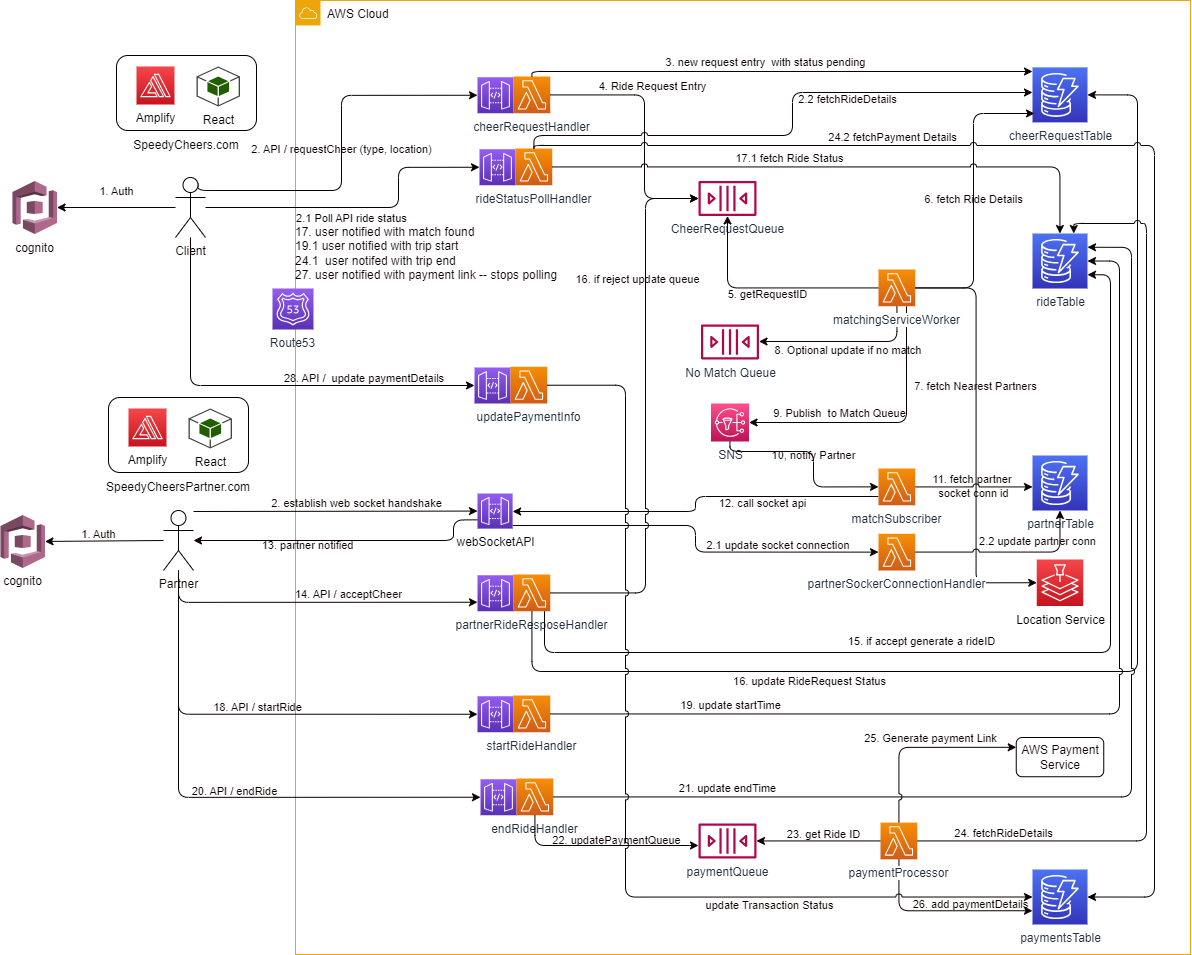
Before: speedycheersArch.png, a diagram exported from draw.io (nik333adi/diligent-nikhil-excercise2). Source tidied: cells renumbered, new cells last; positions are measured from the earlier drawing's top-left corner, leaving out a move shared by most shapes.
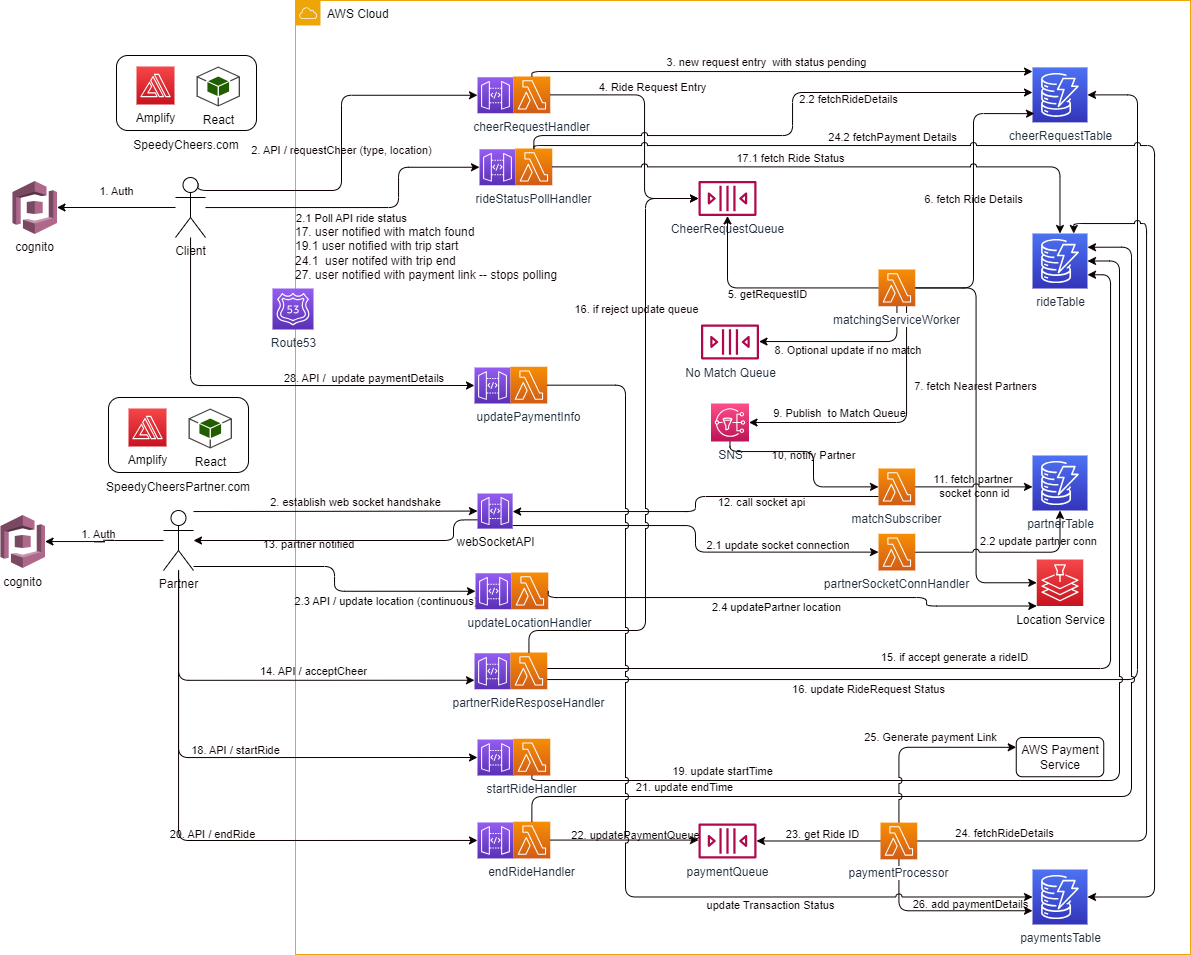
Above is the later version.

Change to the diagram source:
```diff
@@ -206,7 +206,7 @@
     <mxCell id="45" style="edgeStyle=orthogonalEdgeStyle;jumpStyle=arc;html=1;entryX=0;entryY=0.75;entryDx=0;entryDy=0;entryPerimeter=0;labelBackgroundColor=none;strokeColor=#0a0000;fontColor=#0e0101;startArrow=none;startFill=0;" parent="1" edge="1" source="49" target="63">
       <mxGeometry relative="1" as="geometry">
         <Array as="points">
-          <mxPoint x="178" y="602" />
+          <mxPoint x="178" y="680" />
         </Array>
       </mxGeometry>
     </mxCell>
@@ -218,17 +218,30 @@
     <mxCell id="47" value="18. API / startRide" style="edgeStyle=orthogonalEdgeStyle;jumpStyle=arc;html=1;entryX=0;entryY=0.5;entryDx=0;entryDy=0;entryPerimeter=0;labelBackgroundColor=none;strokeColor=#0a0000;fontColor=#0e0101;startArrow=none;startFill=0;" parent="1" edge="1" source="49" target="79">
       <mxGeometry y="7" relative="1" as="geometry">
         <Array as="points">
-          <mxPoint x="178" y="714" />
+          <mxPoint x="178" y="757" />
         </Array>
       </mxGeometry>
     </mxCell>
     <mxCell id="48" value="20. API / endRide" style="edgeStyle=orthogonalEdgeStyle;jumpStyle=arc;html=1;entryX=0;entryY=0.5;entryDx=0;entryDy=0;entryPerimeter=0;labelBackgroundColor=none;strokeColor=#0a0000;fontColor=#0e0101;startArrow=none;startFill=0;" parent="1" edge="1" source="49" target="82">
       <mxGeometry x="0.07" y="6" relative="1" as="geometry">
         <Array as="points">
-          <mxPoint x="178" y="797" />
+          <mxPoint x="178" y="840" />
         </Array>
       </mxGeometry>
     </mxCell>
+    <mxCell id="109" style="edgeStyle=orthogonalEdgeStyle;html=1;entryX=0;entryY=0.5;entryDx=0;entryDy=0;entryPerimeter=0;labelBackgroundColor=none;fontColor=#000000;strokeColor=#050000;" parent="1" edge="1" source="49" target="112">
+      <mxGeometry relative="1" as="geometry">
+        <Array as="points">
+          <mxPoint x="334" y="566" />
+          <mxPoint x="334" y="591" />
+        </Array>
+      </mxGeometry>
+    </mxCell>
+    <mxCell id="110" value="2.3 API / update location (continuous)&amp;nbsp;" style="edgeLabel;html=1;align=center;verticalAlign=middle;fontColor=#000000;labelBackgroundColor=none;" parent="109" vertex="1">
+      <mxGeometry x="-0.21" y="2" relative="1" as="geometry">
+        <mxPoint x="73" y="37" as="offset" />
+      </mxGeometry>
+    </mxCell>
     <mxCell id="49" value="Partner" style="shape=umlActor;verticalLabelPosition=bottom;verticalAlign=top;html=1;outlineConnect=0;labelBackgroundColor=none;strokeColor=#000000;fontColor=#0e0101;fillColor=default;" parent="1" vertex="1">
       <mxGeometry x="163" y="510" width="30" height="60" as="geometry" />
     </mxCell>
@@ -281,7 +294,7 @@
       <mxGeometry x="1032" y="455" width="55" height="55" as="geometry" />
     </mxCell>
     <mxCell id="62" style="group;" parent="1" vertex="1">
-      <mxGeometry x="477" y="574" width="72.8" height="36.8" as="geometry" />
+      <mxGeometry x="474" y="652" width="72.8" height="36.8" as="geometry" />
     </mxCell>
     <mxCell id="63" style="points=[[0,0,0],[0.25,0,0],[0.5,0,0],[0.75,0,0],[1,0,0],[0,1,0],[0.25,1,0],[0.5,1,0],[0.75,1,0],[1,1,0],[0,0.25,0],[0,0.5,0],[0,0.75,0],[1,0.25,0],[1,0.5,0],[1,0.75,0]];outlineConnect=0;fontColor=#000000;gradientColor=#945DF2;gradientDirection=north;fillColor=#5A30B5;strokeColor=#ffffff;dashed=0;verticalLabelPosition=bottom;verticalAlign=top;align=center;html=1;fontSize=12;fontStyle=0;shape=mxgraph.aws4.resourceIcon;resIcon=mxgraph.aws4.api_gateway;labelBackgroundColor=none;" parent="62" vertex="1">
       <mxGeometry y="0.8" width="36" height="36" as="geometry" />
@@ -292,8 +305,7 @@
     <mxCell id="65" style="edgeStyle=orthogonalEdgeStyle;jumpStyle=arc;html=1;entryX=1;entryY=0.5;entryDx=0;entryDy=0;entryPerimeter=0;labelBackgroundColor=none;strokeColor=#0a0000;fontColor=#0e0101;startArrow=none;startFill=0;" parent="1" edge="1" source="64" target="20">
       <mxGeometry relative="1" as="geometry">
         <Array as="points">
-          <mxPoint x="531" y="671" />
-          <mxPoint x="1137" y="671" />
+          <mxPoint x="1137" y="679" />
           <mxPoint x="1137" y="94" />
         </Array>
       </mxGeometry>
@@ -306,8 +318,7 @@
     <mxCell id="67" value="15. if accept generate a rideID" style="edgeStyle=orthogonalEdgeStyle;jumpStyle=arc;html=1;entryX=1;entryY=0.75;entryDx=0;entryDy=0;entryPerimeter=0;labelBackgroundColor=none;strokeColor=#0a0000;fontColor=#0e0101;startArrow=none;startFill=0;" parent="1" edge="1" source="64" target="21">
       <mxGeometry x="-0.17" y="11" relative="1" as="geometry">
         <Array as="points">
-          <mxPoint x="544" y="652" />
-          <mxPoint x="1110" y="652" />
+          <mxPoint x="1110" y="668" />
           <mxPoint x="1110" y="274" />
         </Array>
       </mxGeometry>
@@ -315,7 +326,8 @@
     <mxCell id="68" style="edgeStyle=orthogonalEdgeStyle;jumpStyle=arc;html=1;labelBackgroundColor=none;strokeColor=#0a0000;fontColor=#0e0101;startArrow=none;startFill=0;" parent="1" edge="1" source="64" target="24">
       <mxGeometry relative="1" as="geometry">
         <Array as="points">
-          <mxPoint x="645" y="592" />
+          <mxPoint x="528" y="630" />
+          <mxPoint x="645" y="630" />
           <mxPoint x="645" y="198" />
         </Array>
       </mxGeometry>
@@ -352,14 +364,14 @@
         <mxPoint x="29" y="-7" as="offset" />
       </mxGeometry>
     </mxCell>
-    <mxCell id="76" value="partnerSockerConnectionHandler" style="points=[[0,0,0],[0.25,0,0],[0.5,0,0],[0.75,0,0],[1,0,0],[0,1,0],[0.25,1,0],[0.5,1,0],[0.75,1,0],[1,1,0],[0,0.25,0],[0,0.5,0],[0,0.75,0],[1,0.25,0],[1,0.5,0],[1,0.75,0]];outlineConnect=0;fontColor=#232F3E;gradientColor=#F78E04;gradientDirection=north;fillColor=#D05C17;strokeColor=#ffffff;dashed=0;verticalLabelPosition=bottom;verticalAlign=top;align=center;html=1;fontSize=12;fontStyle=0;shape=mxgraph.aws4.resourceIcon;resIcon=mxgraph.aws4.lambda;labelBackgroundColor=#FFFFFF;" parent="1" vertex="1">
+    <mxCell id="76" value="partnerSocketConnHandler" style="points=[[0,0,0],[0.25,0,0],[0.5,0,0],[0.75,0,0],[1,0,0],[0,1,0],[0.25,1,0],[0.5,1,0],[0.75,1,0],[1,1,0],[0,0.25,0],[0,0.5,0],[0,0.75,0],[1,0.25,0],[1,0.5,0],[1,0.75,0]];outlineConnect=0;fontColor=#232F3E;gradientColor=#F78E04;gradientDirection=north;fillColor=#D05C17;strokeColor=#ffffff;dashed=0;verticalLabelPosition=bottom;verticalAlign=top;align=center;html=1;fontSize=12;fontStyle=0;shape=mxgraph.aws4.resourceIcon;resIcon=mxgraph.aws4.lambda;labelBackgroundColor=#FFFFFF;" parent="1" vertex="1">
       <mxGeometry x="878" y="533.2" width="36.8" height="36.8" as="geometry" />
     </mxCell>
     <mxCell id="77" value="&lt;div style=&quot;&quot;&gt;&lt;span style=&quot;background-color: initial;&quot;&gt;17. user notified with match found&amp;nbsp;&lt;/span&gt;&lt;/div&gt;19.1 user notified with trip start&lt;br&gt;24.1&amp;nbsp; user notifed with trip end&amp;nbsp;&lt;br&gt;27. user notified with payment link -- stops polling" style="text;html=1;strokeColor=none;fillColor=none;align=left;verticalAlign=middle;whiteSpace=wrap;rounded=0;labelBackgroundColor=none;fontColor=#0e0101;" parent="1" vertex="1">
       <mxGeometry x="293" y="225" width="286" height="56" as="geometry" />
     </mxCell>
     <mxCell id="78" style="group;" parent="1" vertex="1">
-      <mxGeometry x="477" y="695" width="72.8" height="36.8" as="geometry" />
+      <mxGeometry x="477" y="738.2" width="72.8" height="36.8" as="geometry" />
     </mxCell>
     <mxCell id="79" style="points=[[0,0,0],[0.25,0,0],[0.5,0,0],[0.75,0,0],[1,0,0],[0,1,0],[0.25,1,0],[0.5,1,0],[0.75,1,0],[1,1,0],[0,0.25,0],[0,0.5,0],[0,0.75,0],[1,0.25,0],[1,0.5,0],[1,0.75,0]];outlineConnect=0;fontColor=#000000;gradientColor=#945DF2;gradientDirection=north;fillColor=#5A30B5;strokeColor=#ffffff;dashed=0;verticalLabelPosition=bottom;verticalAlign=top;align=center;html=1;fontSize=12;fontStyle=0;shape=mxgraph.aws4.resourceIcon;resIcon=mxgraph.aws4.api_gateway;labelBackgroundColor=none;" parent="78" vertex="1">
       <mxGeometry y="0.8" width="36" height="36" as="geometry" />
@@ -368,7 +380,7 @@
       <mxGeometry x="36" width="36.8" height="36.8" as="geometry" />
     </mxCell>
     <mxCell id="81" style="group;" parent="1" vertex="1">
-      <mxGeometry x="480" y="778" width="72.8" height="36.8" as="geometry" />
+      <mxGeometry x="477" y="821.2" width="72.8" height="36.8" as="geometry" />
     </mxCell>
     <mxCell id="82" style="points=[[0,0,0],[0.25,0,0],[0.5,0,0],[0.75,0,0],[1,0,0],[0,1,0],[0.25,1,0],[0.5,1,0],[0.75,1,0],[1,1,0],[0,0.25,0],[0,0.5,0],[0,0.75,0],[1,0.25,0],[1,0.5,0],[1,0.75,0]];outlineConnect=0;fontColor=#000000;gradientColor=#945DF2;gradientDirection=north;fillColor=#5A30B5;strokeColor=#ffffff;dashed=0;verticalLabelPosition=bottom;verticalAlign=top;align=center;html=1;fontSize=12;fontStyle=0;shape=mxgraph.aws4.resourceIcon;resIcon=mxgraph.aws4.api_gateway;labelBackgroundColor=none;" parent="81" vertex="1">
       <mxGeometry y="0.8" width="36" height="36" as="geometry" />
@@ -379,8 +391,9 @@
     <mxCell id="84" style="edgeStyle=orthogonalEdgeStyle;jumpStyle=arc;html=1;entryX=1;entryY=0.5;entryDx=0;entryDy=0;entryPerimeter=0;labelBackgroundColor=none;strokeColor=#0a0000;fontColor=#0e0101;startArrow=none;startFill=0;" parent="1" edge="1" source="80" target="21">
       <mxGeometry relative="1" as="geometry">
         <Array as="points">
-          <mxPoint x="1119" y="713" />
-          <mxPoint x="1119" y="261" />
+          <mxPoint x="531" y="780" />
+          <mxPoint x="1119" y="780" />
+          <mxPoint x="1119" y="260" />
         </Array>
       </mxGeometry>
     </mxCell>
@@ -506,5 +519,28 @@
         <mxPoint x="-2" y="7" as="offset" />
       </mxGeometry>
     </mxCell>
+    <mxCell id="111" style="group;" parent="1" vertex="1">
+      <mxGeometry x="475" y="572" width="72.8" height="36.8" as="geometry" />
+    </mxCell>
+    <mxCell id="112" style="points=[[0,0,0],[0.25,0,0],[0.5,0,0],[0.75,0,0],[1,0,0],[0,1,0],[0.25,1,0],[0.5,1,0],[0.75,1,0],[1,1,0],[0,0.25,0],[0,0.5,0],[0,0.75,0],[1,0.25,0],[1,0.5,0],[1,0.75,0]];outlineConnect=0;fontColor=#000000;gradientColor=#945DF2;gradientDirection=north;fillColor=#5A30B5;strokeColor=#ffffff;dashed=0;verticalLabelPosition=bottom;verticalAlign=top;align=center;html=1;fontSize=12;fontStyle=0;shape=mxgraph.aws4.resourceIcon;resIcon=mxgraph.aws4.api_gateway;labelBackgroundColor=none;" parent="111" vertex="1">
+      <mxGeometry y="0.8" width="36" height="36" as="geometry" />
+    </mxCell>
+    <mxCell id="113" value="updateLocationHandler" style="points=[[0,0,0],[0.25,0,0],[0.5,0,0],[0.75,0,0],[1,0,0],[0,1,0],[0.25,1,0],[0.5,1,0],[0.75,1,0],[1,1,0],[0,0.25,0],[0,0.5,0],[0,0.75,0],[1,0.25,0],[1,0.5,0],[1,0.75,0]];outlineConnect=0;fontColor=#232F3E;gradientColor=#F78E04;gradientDirection=north;fillColor=#D05C17;strokeColor=#ffffff;dashed=0;verticalLabelPosition=bottom;verticalAlign=top;align=center;html=1;fontSize=12;fontStyle=0;shape=mxgraph.aws4.resourceIcon;resIcon=mxgraph.aws4.lambda;labelBackgroundColor=#FFFFFF;" parent="111" vertex="1">
+      <mxGeometry x="36" width="36.8" height="36.8" as="geometry" />
+    </mxCell>
+    <mxCell id="114" style="edgeStyle=orthogonalEdgeStyle;html=1;entryX=0;entryY=1;entryDx=0;entryDy=0;entryPerimeter=0;labelBackgroundColor=none;strokeColor=#050000;fontColor=#000000;exitX=1;exitY=0.5;exitDx=0;exitDy=0;exitPerimeter=0;" parent="1" edge="1" source="113" target="19">
+      <mxGeometry relative="1" as="geometry">
+        <Array as="points">
+          <mxPoint x="548" y="597" />
+          <mxPoint x="926" y="597" />
+          <mxPoint x="926" y="606" />
+        </Array>
+      </mxGeometry>
+    </mxCell>
+    <mxCell id="115" value="2.4 updatePartner location" style="edgeLabel;html=1;align=center;verticalAlign=middle;fontColor=#000000;labelBackgroundColor=none;" parent="114" vertex="1">
+      <mxGeometry x="-0.24" y="2" relative="1" as="geometry">
+        <mxPoint x="42" y="11" as="offset" />
+      </mxGeometry>
+    </mxCell>
   </root>
 </mxGraphModel>
```
